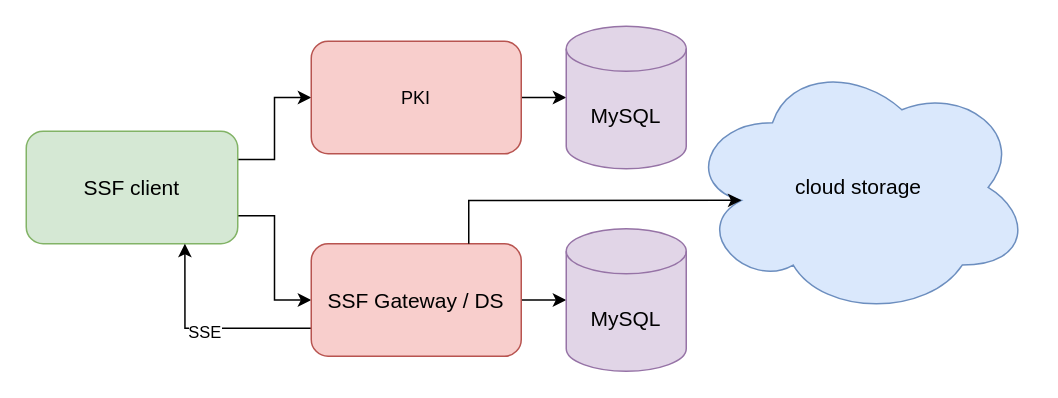
This is thesis_template/thesis-architecture.drawio from nicdard/shared-folder, a draw.io file, before an edit. Source tidied: cells renumbered, new cells numbered last; positions are measured from the earlier drawing's top-left corner, leaving out a move shared by most shapes. Both pictures are drawn from the tidied source at 150%, with x=0, y=0 at pixel (26, 26).
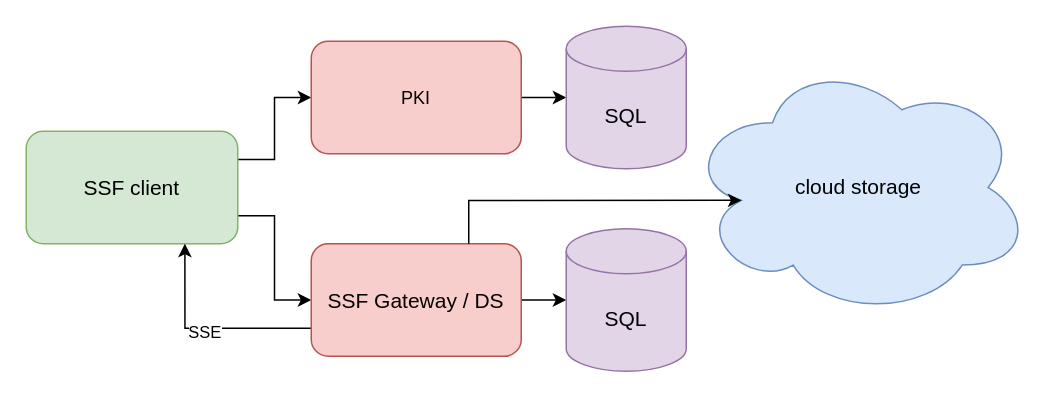
Above is the later version.

Diff of the diagram source:
```diff
@@
 <mxGraphModel>
   <root>
     <mxCell id="0" />
     <mxCell id="1" parent="0" />
     <mxCell id="2" style="edgeStyle=orthogonalEdgeStyle;rounded=0;jettySize=auto;html=1;exitX=1;exitY=0.25;exitDx=0;exitDy=0;" parent="1" edge="1" source="4" target="10">
       <mxGeometry relative="1" as="geometry" />
     </mxCell>
     <mxCell id="3" style="edgeStyle=orthogonalEdgeStyle;rounded=0;jettySize=auto;html=1;exitX=1;exitY=0.75;exitDx=0;exitDy=0;entryX=0;entryY=0.5;entryDx=0;entryDy=0;" parent="1" edge="1" source="4" target="8">
       <mxGeometry relative="1" as="geometry" />
     </mxCell>
     <mxCell id="4" value="&lt;font style=&quot;font-size: 14px;&quot;&gt;SSF client&lt;/font&gt;" style="rounded=1;whiteSpace=wrap;html=1;fillColor=#d5e8d4;strokeColor=#82b366;" parent="1" vertex="1">
       <mxGeometry y="70" width="141" height="75" as="geometry" />
     </mxCell>
     <mxCell id="5" style="edgeStyle=orthogonalEdgeStyle;rounded=0;jettySize=auto;html=1;" parent="1" edge="1" source="8" target="12">
       <mxGeometry relative="1" as="geometry" />
     </mxCell>
     <mxCell id="6" style="edgeStyle=orthogonalEdgeStyle;rounded=0;jettySize=auto;html=1;exitX=0;exitY=0.75;exitDx=0;exitDy=0;entryX=0.75;entryY=1;entryDx=0;entryDy=0;" parent="1" edge="1" source="8" target="4">
       <mxGeometry relative="1" as="geometry" />
     </mxCell>
     <mxCell id="7" value="SSE" style="edgeLabel;html=1;align=center;verticalAlign=middle;" parent="6" vertex="1">
       <mxGeometry x="0.02" y="2" relative="1" as="geometry" />
     </mxCell>
     <mxCell id="8" value="&lt;font style=&quot;font-size: 14px;&quot;&gt;SSF Gateway / DS&lt;/font&gt;" style="rounded=1;whiteSpace=wrap;html=1;fillColor=#f8cecc;strokeColor=#b85450;" parent="1" vertex="1">
       <mxGeometry x="190" y="145" width="140" height="75" as="geometry" />
     </mxCell>
     <mxCell id="9" style="edgeStyle=orthogonalEdgeStyle;rounded=0;jettySize=auto;html=1;" parent="1" edge="1" source="10" target="11">
       <mxGeometry relative="1" as="geometry" />
     </mxCell>
     <mxCell id="10" value="PKI" style="rounded=1;whiteSpace=wrap;html=1;fillColor=#f8cecc;strokeColor=#b85450;" parent="1" vertex="1">
       <mxGeometry x="190" y="10" width="140" height="75" as="geometry" />
     </mxCell>
-    <mxCell id="11" value="&lt;font style=&quot;font-size: 14px;&quot;&gt;MySQL&lt;/font&gt;" style="shape=cylinder3;whiteSpace=wrap;html=1;boundedLbl=1;backgroundOutline=1;size=15;fillColor=#e1d5e7;strokeColor=#9673a6;" parent="1" vertex="1">
+    <mxCell id="11" value="&lt;font style=&quot;font-size: 14px;&quot;&gt;SQL&lt;/font&gt;" style="shape=cylinder3;whiteSpace=wrap;html=1;boundedLbl=1;backgroundOutline=1;size=15;fillColor=#e1d5e7;strokeColor=#9673a6;" parent="1" vertex="1">
       <mxGeometry x="360" width="80" height="95" as="geometry" />
     </mxCell>
-    <mxCell id="12" value="&lt;font style=&quot;font-size: 14px;&quot;&gt;MySQL&lt;/font&gt;" style="shape=cylinder3;whiteSpace=wrap;html=1;boundedLbl=1;backgroundOutline=1;size=15;fillColor=#e1d5e7;strokeColor=#9673a6;" parent="1" vertex="1">
+    <mxCell id="12" value="&lt;font style=&quot;font-size: 14px;&quot;&gt;SQL&lt;/font&gt;" style="shape=cylinder3;whiteSpace=wrap;html=1;boundedLbl=1;backgroundOutline=1;size=15;fillColor=#e1d5e7;strokeColor=#9673a6;" parent="1" vertex="1">
       <mxGeometry x="360" y="135" width="80" height="95" as="geometry" />
     </mxCell>
     <mxCell id="13" value="&lt;font style=&quot;font-size: 14px;&quot;&gt;cloud storage&lt;/font&gt;" style="ellipse;shape=cloud;whiteSpace=wrap;html=1;fillColor=#dae8fc;strokeColor=#6c8ebf;" parent="1" vertex="1">
       <mxGeometry x="440" y="21.2" width="230" height="172.5" as="geometry" />
     </mxCell>
     <mxCell id="14" style="edgeStyle=orthogonalEdgeStyle;rounded=0;jettySize=auto;html=1;exitX=0.75;exitY=0;exitDx=0;exitDy=0;entryX=0.16;entryY=0.55;entryDx=0;entryDy=0;entryPerimeter=0;" parent="1" edge="1" source="8" target="13">
       <mxGeometry relative="1" as="geometry" />
     </mxCell>
   </root>
 </mxGraphModel>
```
